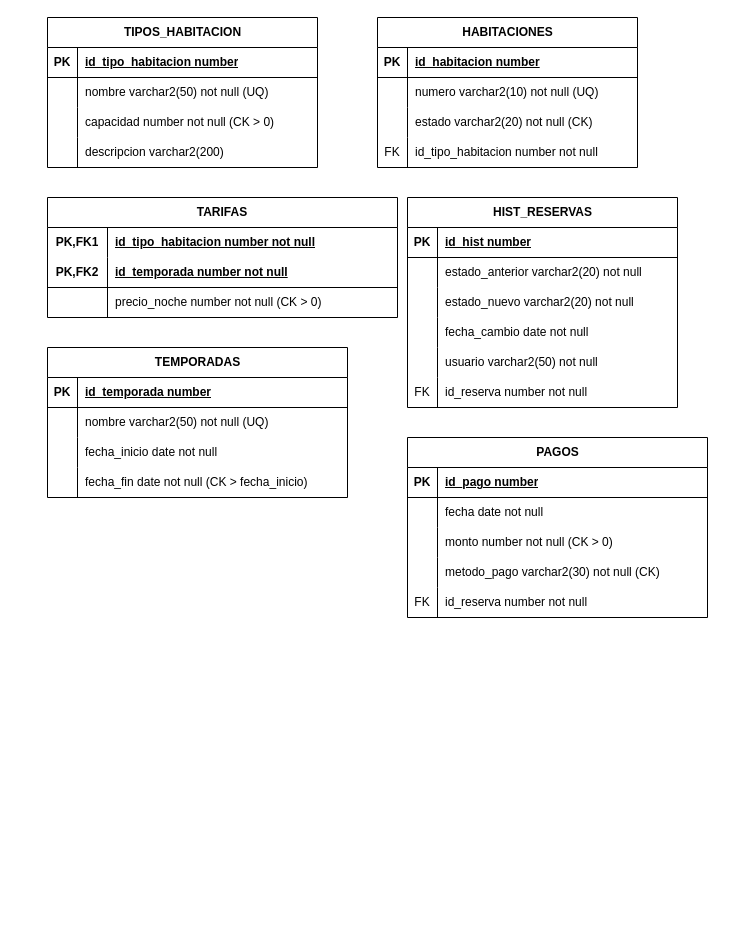
The draw.io diagram G11_Modelo_Relacional .drawio in byronma-ui/hotel-costa-pacifico, before the edit. Source tidied: cells renumbered, new cells numbered last; positions are measured from the earlier drawing's top-left corner, leaving out a move shared by most shapes. Both pictures are drawn from the tidied source at 100%, with x=0, y=0 at pixel (47, 17).
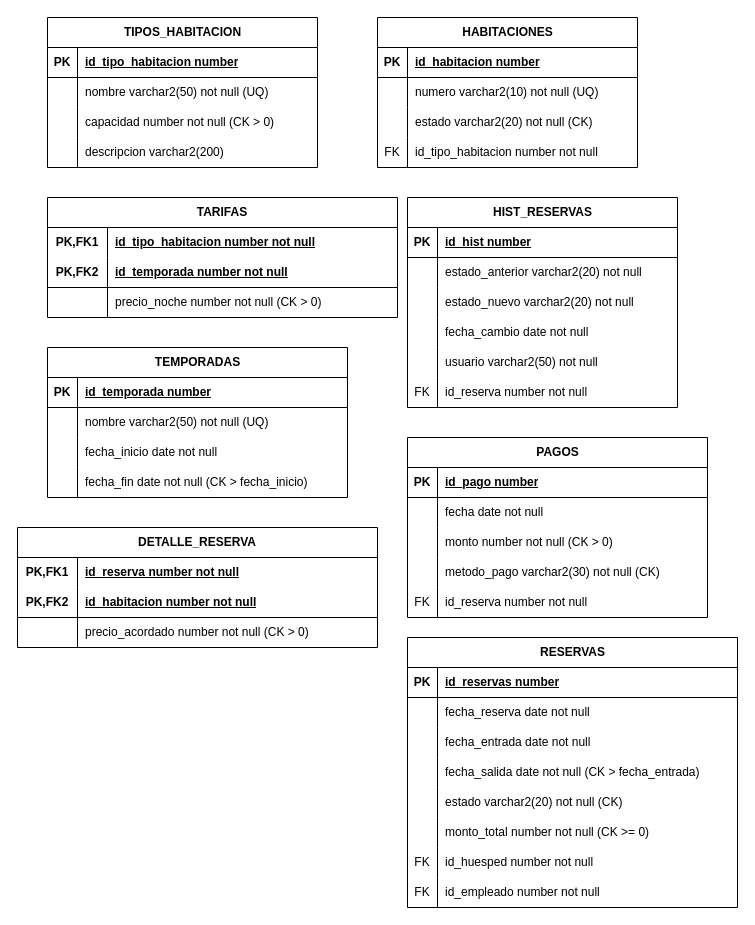
The same page after the edit.

The edit, as a diff of the source:
```diff
@@
+    <mxCell id="86" value="DETALLE_RESERVA" style="shape=table;startSize=30;childLayout=tableLayout;rowLines=0;fontStyle=1;align=center;html=1;whiteSpace=wrap;" parent="1" vertex="1">
+      <mxGeometry x="-30" y="510" width="360" height="120" as="geometry" />
+    </mxCell>
+    <mxCell id="87" style="shape=tableRow;horizontal=0;startSize=0;swimlaneHead=0;swimlaneBody=0;fillColor=none;top=0;left=0;right=0;bottom=0;html=1;" parent="86" vertex="1">
+      <mxGeometry y="30" width="360" height="30" as="geometry" />
+    </mxCell>
+    <mxCell id="88" value="PK,FK1" style="shape=partialRectangle;fillColor=none;top=0;left=0;bottom=0;right=0;fontStyle=1;overflow=hidden;html=1;whiteSpace=wrap;" parent="87" vertex="1">
+      <mxGeometry width="60" height="30" as="geometry" />
+    </mxCell>
+    <mxCell id="89" value="id_reserva number not null" style="shape=partialRectangle;fillColor=none;top=0;left=0;bottom=0;right=0;align=left;spacingLeft=6;fontStyle=5;overflow=hidden;html=1;whiteSpace=wrap;" parent="87" vertex="1">
+      <mxGeometry x="60" width="300" height="30" as="geometry" />
+    </mxCell>
+    <mxCell id="90" style="shape=tableRow;horizontal=0;startSize=0;swimlaneHead=0;swimlaneBody=0;fillColor=none;top=0;left=0;right=0;bottom=1;html=1;" parent="86" vertex="1">
+      <mxGeometry y="60" width="360" height="30" as="geometry" />
+    </mxCell>
+    <mxCell id="91" value="PK,FK2" style="shape=partialRectangle;fillColor=none;top=0;left=0;bottom=0;right=0;fontStyle=1;overflow=hidden;html=1;whiteSpace=wrap;" parent="90" vertex="1">
+      <mxGeometry width="60" height="30" as="geometry" />
+    </mxCell>
+    <mxCell id="92" value="id_habitacion number not null" style="shape=partialRectangle;fillColor=none;top=0;left=0;bottom=0;right=0;align=left;spacingLeft=6;fontStyle=5;overflow=hidden;html=1;whiteSpace=wrap;" parent="90" vertex="1">
+      <mxGeometry x="60" width="300" height="30" as="geometry" />
+    </mxCell>
+    <mxCell id="93" style="shape=tableRow;horizontal=0;startSize=0;swimlaneHead=0;swimlaneBody=0;fillColor=none;top=0;left=0;right=0;bottom=0;html=1;" parent="86" vertex="1">
+      <mxGeometry y="90" width="360" height="30" as="geometry" />
+    </mxCell>
+    <mxCell id="94" style="shape=partialRectangle;fillColor=none;top=0;left=0;bottom=0;right=0;overflow=hidden;html=1;whiteSpace=wrap;" parent="93" vertex="1">
+      <mxGeometry width="60" height="30" as="geometry" />
+    </mxCell>
+    <mxCell id="95" value="precio_acordado number not null (CK &amp;gt; 0)" style="shape=partialRectangle;fillColor=none;top=0;left=0;bottom=0;right=0;align=left;spacingLeft=6;overflow=hidden;html=1;whiteSpace=wrap;" parent="93" vertex="1">
+      <mxGeometry x="60" width="300" height="30" as="geometry" />
+    </mxCell>
+    <mxCell id="96" value="RESERVAS" style="shape=table;startSize=30;childLayout=tableLayout;rowLines=0;fontStyle=1;align=center;html=1;" parent="1" vertex="1">
+      <mxGeometry x="360" y="620" width="330" height="270" as="geometry" />
+    </mxCell>
+    <mxCell id="97" style="shape=tableRow;horizontal=0;startSize=0;swimlaneHead=0;swimlaneBody=0;fillColor=none;top=0;left=0;right=0;bottom=1;" parent="96" vertex="1">
+      <mxGeometry y="30" width="330" height="30" as="geometry" />
+    </mxCell>
+    <mxCell id="98" value="PK" style="shape=partialRectangle;fillColor=none;top=0;left=0;bottom=0;right=0;fontStyle=1;overflow=hidden;whiteSpace=wrap;html=1;" parent="97" vertex="1">
+      <mxGeometry width="30" height="30" as="geometry" />
+    </mxCell>
+    <mxCell id="99" value="id_reservas number" style="shape=partialRectangle;fillColor=none;top=0;left=0;bottom=0;right=0;align=left;spacingLeft=6;fontStyle=5;overflow=hidden;whiteSpace=wrap;html=1;" parent="97" vertex="1">
+      <mxGeometry x="30" width="300" height="30" as="geometry" />
+    </mxCell>
+    <mxCell id="100" style="shape=tableRow;horizontal=0;startSize=0;swimlaneHead=0;swimlaneBody=0;fillColor=none;top=0;left=0;right=0;bottom=0;" parent="96" vertex="1">
+      <mxGeometry y="60" width="330" height="30" as="geometry" />
+    </mxCell>
+    <mxCell id="101" style="shape=partialRectangle;fillColor=none;top=0;left=0;bottom=0;right=0;overflow=hidden;whiteSpace=wrap;html=1;" parent="100" vertex="1">
+      <mxGeometry width="30" height="30" as="geometry" />
+    </mxCell>
+    <mxCell id="102" value="fecha_reserva date not null" style="shape=partialRectangle;fillColor=none;top=0;left=0;bottom=0;right=0;align=left;spacingLeft=6;overflow=hidden;whiteSpace=wrap;html=1;" parent="100" vertex="1">
+      <mxGeometry x="30" width="300" height="30" as="geometry" />
+    </mxCell>
+    <mxCell id="103" style="shape=tableRow;horizontal=0;startSize=0;swimlaneHead=0;swimlaneBody=0;fillColor=none;top=0;left=0;right=0;bottom=0;" parent="96" vertex="1">
+      <mxGeometry y="90" width="330" height="30" as="geometry" />
+    </mxCell>
+    <mxCell id="104" style="shape=partialRectangle;fillColor=none;top=0;left=0;bottom=0;right=0;overflow=hidden;whiteSpace=wrap;html=1;" parent="103" vertex="1">
+      <mxGeometry width="30" height="30" as="geometry" />
+    </mxCell>
+    <mxCell id="105" value="fecha_entrada date not null" style="shape=partialRectangle;fillColor=none;top=0;left=0;bottom=0;right=0;align=left;spacingLeft=6;overflow=hidden;whiteSpace=wrap;html=1;" parent="103" vertex="1">
+      <mxGeometry x="30" width="300" height="30" as="geometry" />
+    </mxCell>
+    <mxCell id="106" style="shape=tableRow;horizontal=0;startSize=0;swimlaneHead=0;swimlaneBody=0;fillColor=none;top=0;left=0;right=0;bottom=0;" parent="96" vertex="1">
+      <mxGeometry y="120" width="330" height="30" as="geometry" />
+    </mxCell>
+    <mxCell id="107" style="shape=partialRectangle;fillColor=none;top=0;left=0;bottom=0;right=0;overflow=hidden;whiteSpace=wrap;html=1;" parent="106" vertex="1">
+      <mxGeometry width="30" height="30" as="geometry" />
+    </mxCell>
+    <mxCell id="108" value="fecha_salida date not null (CK &amp;gt; fecha_entrada)" style="shape=partialRectangle;fillColor=none;top=0;left=0;bottom=0;right=0;align=left;spacingLeft=6;overflow=hidden;whiteSpace=wrap;html=1;" parent="106" vertex="1">
+      <mxGeometry x="30" width="300" height="30" as="geometry" />
+    </mxCell>
+    <mxCell id="109" style="shape=tableRow;horizontal=0;startSize=0;swimlaneHead=0;swimlaneBody=0;fillColor=none;top=0;left=0;right=0;bottom=0;" parent="96" vertex="1">
+      <mxGeometry y="150" width="330" height="30" as="geometry" />
+    </mxCell>
+    <mxCell id="110" style="shape=partialRectangle;fillColor=none;top=0;left=0;bottom=0;right=0;overflow=hidden;whiteSpace=wrap;html=1;" parent="109" vertex="1">
+      <mxGeometry width="30" height="30" as="geometry" />
+    </mxCell>
+    <mxCell id="111" value="estado varchar2(20) not null (CK)" style="shape=partialRectangle;fillColor=none;top=0;left=0;bottom=0;right=0;align=left;spacingLeft=6;overflow=hidden;whiteSpace=wrap;html=1;" parent="109" vertex="1">
+      <mxGeometry x="30" width="300" height="30" as="geometry" />
+    </mxCell>
+    <mxCell id="112" style="shape=tableRow;horizontal=0;startSize=0;swimlaneHead=0;swimlaneBody=0;fillColor=none;top=0;left=0;right=0;bottom=0;" parent="96" vertex="1">
+      <mxGeometry y="180" width="330" height="30" as="geometry" />
+    </mxCell>
+    <mxCell id="113" style="shape=partialRectangle;fillColor=none;top=0;left=0;bottom=0;right=0;overflow=hidden;whiteSpace=wrap;html=1;" parent="112" vertex="1">
+      <mxGeometry width="30" height="30" as="geometry" />
+    </mxCell>
+    <mxCell id="114" value="monto_total number not null (CK &amp;gt;= 0)" style="shape=partialRectangle;fillColor=none;top=0;left=0;bottom=0;right=0;align=left;spacingLeft=6;overflow=hidden;whiteSpace=wrap;html=1;" parent="112" vertex="1">
+      <mxGeometry x="30" width="300" height="30" as="geometry" />
+    </mxCell>
+    <mxCell id="115" style="shape=tableRow;horizontal=0;startSize=0;swimlaneHead=0;swimlaneBody=0;fillColor=none;top=0;left=0;right=0;bottom=0;" parent="96" vertex="1">
+      <mxGeometry y="210" width="330" height="30" as="geometry" />
+    </mxCell>
+    <mxCell id="116" value="FK" style="shape=partialRectangle;fillColor=none;top=0;left=0;bottom=0;right=0;overflow=hidden;whiteSpace=wrap;html=1;" parent="115" vertex="1">
+      <mxGeometry width="30" height="30" as="geometry" />
+    </mxCell>
+    <mxCell id="117" value="id_huesped number not null" style="shape=partialRectangle;fillColor=none;top=0;left=0;bottom=0;right=0;align=left;spacingLeft=6;overflow=hidden;whiteSpace=wrap;html=1;" parent="115" vertex="1">
+      <mxGeometry x="30" width="300" height="30" as="geometry" />
+    </mxCell>
+    <mxCell id="118" style="shape=tableRow;horizontal=0;startSize=0;swimlaneHead=0;swimlaneBody=0;fillColor=none;top=0;left=0;right=0;bottom=0;" parent="96" vertex="1">
+      <mxGeometry y="240" width="330" height="30" as="geometry" />
+    </mxCell>
+    <mxCell id="119" value="FK" style="shape=partialRectangle;fillColor=none;top=0;left=0;bottom=0;right=0;overflow=hidden;whiteSpace=wrap;html=1;" parent="118" vertex="1">
+      <mxGeometry width="30" height="30" as="geometry" />
+    </mxCell>
+    <mxCell id="120" value="id_empleado number not null" style="shape=partialRectangle;fillColor=none;top=0;left=0;bottom=0;right=0;align=left;spacingLeft=6;overflow=hidden;whiteSpace=wrap;html=1;" parent="118" vertex="1">
+      <mxGeometry x="30" width="300" height="30" as="geometry" />
+    </mxCell>
```
